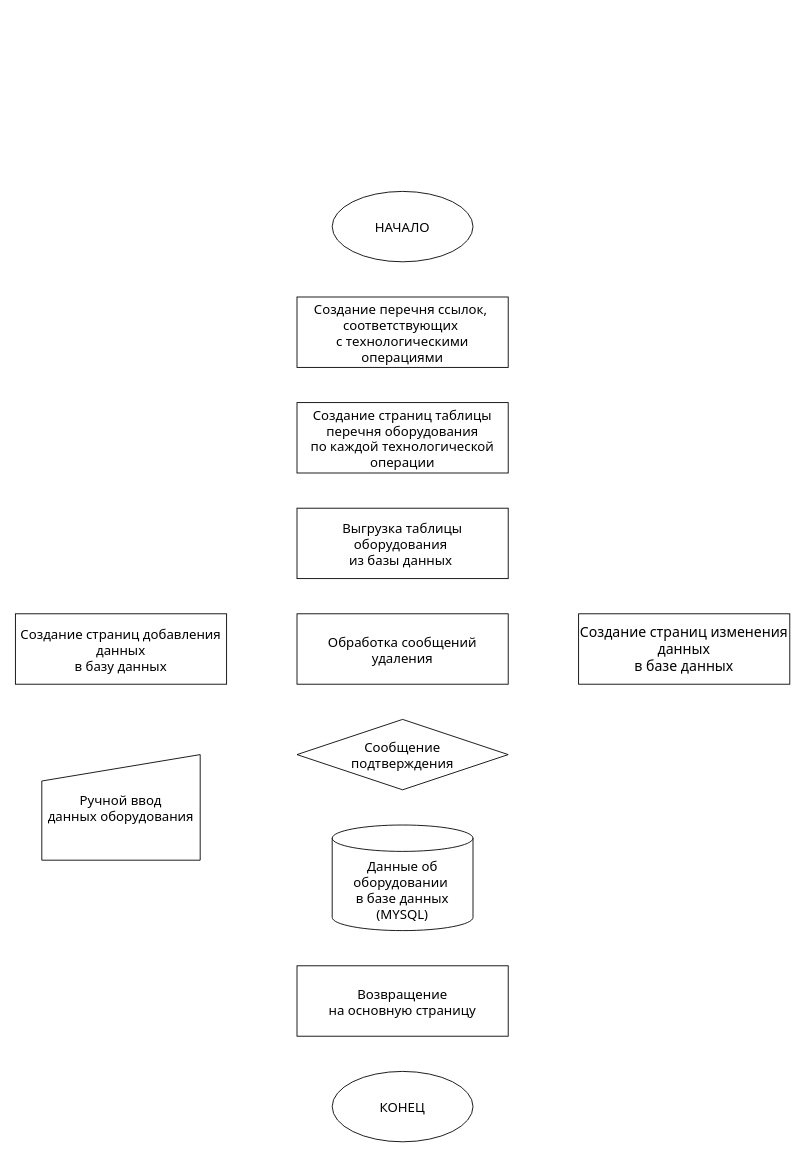
The draw.io diagram Untitled 6.drawio in khanhbg339/Myproject, before the edit. Source tidied: cells renumbered, new cells numbered last; positions are measured from the earlier drawing's top-left corner, leaving out a move shared by most shapes. Both pictures are drawn from the tidied source at 88%, with x=0, y=0 at pixel (15, 191).
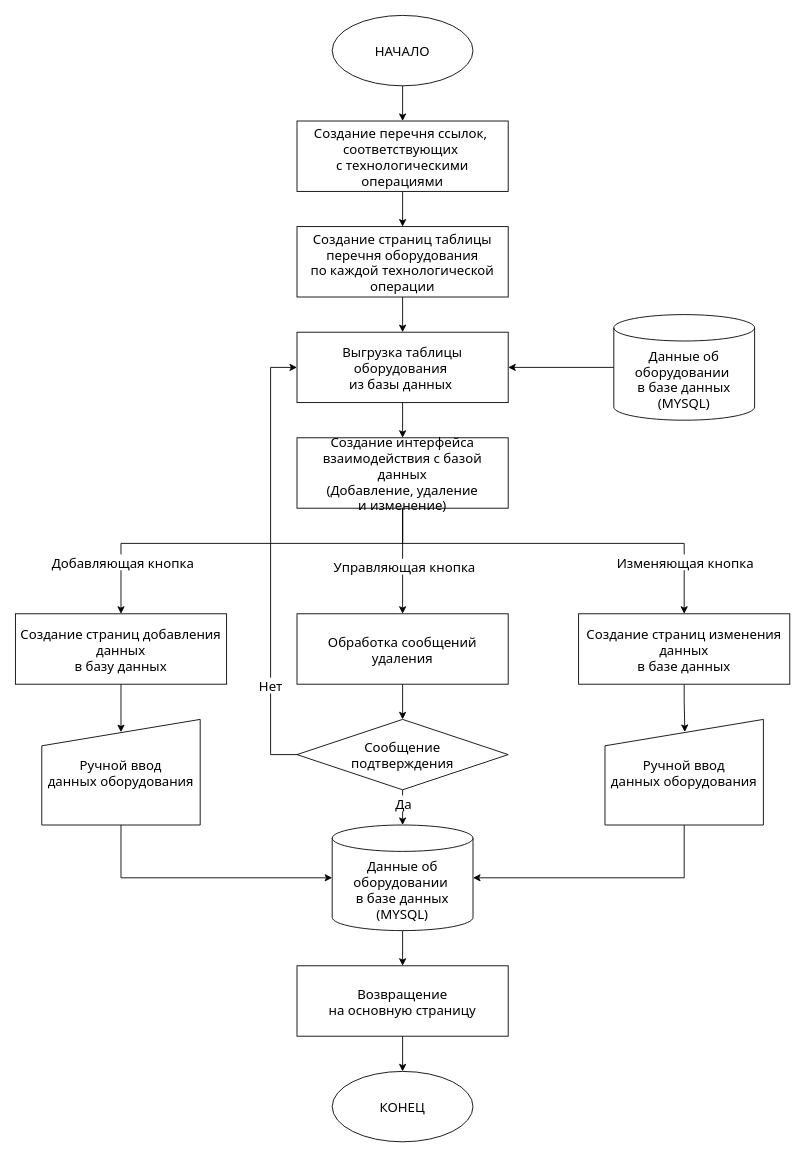
The same diagram, later.

The change refers to these unchanged cells:
```xml
<mxCell id="6" value="Обработка сообщений удаления" style="rounded=0;whiteSpace=wrap;html=1;fontSize=15;fontFamily=Tahoma;" parent="1" vertex="1">
  <mxGeometry x="320" y="480" width="240" height="80" as="geometry" />
</mxCell>
<mxCell id="7" value="Создание страниц добавления данных&lt;br style=&quot;font-size: 15px;&quot;&gt;в базу данных" style="rounded=0;whiteSpace=wrap;html=1;fontSize=15;fontFamily=Tahoma;" parent="1" vertex="1">
  <mxGeometry y="480" width="240" height="80" as="geometry" />
</mxCell>
<mxCell id="9" value="Сообщение&lt;br style=&quot;font-size: 15px;&quot;&gt;подтверждения" style="rhombus;whiteSpace=wrap;html=1;fontSize=15;fontFamily=Tahoma;" parent="1" vertex="1">
  <mxGeometry x="320" y="600" width="240" height="80" as="geometry" />
</mxCell>
<mxCell id="10" value="Данные об оборудовании&amp;nbsp;&lt;br style=&quot;font-size: 15px;&quot;&gt;в базе данных (MYSQL)" style="shape=cylinder3;whiteSpace=wrap;html=1;boundedLbl=1;backgroundOutline=1;size=15;fontSize=15;fontFamily=Tahoma;" parent="1" vertex="1">
  <mxGeometry x="360" y="720" width="160" height="120" as="geometry" />
</mxCell>
<mxCell id="11" value="Возвращение &lt;br style=&quot;font-size: 15px;&quot;&gt;на основную страницу" style="rounded=0;whiteSpace=wrap;html=1;fontSize=15;fontFamily=Tahoma;" parent="1" vertex="1">
  <mxGeometry x="320" y="880" width="240" height="80" as="geometry" />
</mxCell>
<mxCell id="12" value="КОНЕЦ" style="ellipse;whiteSpace=wrap;html=1;fontSize=15;fontFamily=Tahoma;" parent="1" vertex="1">
  <mxGeometry x="360" y="1000" width="160" height="80" as="geometry" />
</mxCell>
```

What changed in the source:
```diff
@@
+    <mxCell id="14" style="edgeStyle=orthogonalEdgeStyle;rounded=0;jettySize=auto;html=1;entryX=0.5;entryY=0;entryDx=0;entryDy=0;fontFamily=Tahoma;fontSize=15;" parent="1" edge="1" source="2" target="3">
+      <mxGeometry relative="1" as="geometry" />
+    </mxCell>
     <mxCell id="2" value="НАЧАЛО" style="ellipse;whiteSpace=wrap;html=1;fontSize=15;fontFamily=Tahoma;" parent="1" vertex="1">
-      <mxGeometry x="360" width="160" height="80" as="geometry" />
+      <mxGeometry x="360" y="-200" width="160" height="80" as="geometry" />
     </mxCell>
+    <mxCell id="15" style="edgeStyle=orthogonalEdgeStyle;rounded=0;jettySize=auto;html=1;entryX=0.5;entryY=0;entryDx=0;entryDy=0;fontFamily=Tahoma;fontSize=15;" parent="1" edge="1" source="3" target="4">
+      <mxGeometry relative="1" as="geometry" />
+    </mxCell>
     <mxCell id="3" value="Создание перечня ссылок,&amp;nbsp;&lt;br style=&quot;font-size: 15px;&quot;&gt;соответствующих&amp;nbsp;&lt;br style=&quot;font-size: 15px;&quot;&gt;с технологическими операциями" style="rounded=0;whiteSpace=wrap;html=1;fontSize=15;fontFamily=Tahoma;" parent="1" vertex="1">
-      <mxGeometry x="320" y="120" width="240" height="80" as="geometry" />
+      <mxGeometry x="320" y="-80" width="240" height="80" as="geometry" />
     </mxCell>
+    <mxCell id="16" style="edgeStyle=orthogonalEdgeStyle;rounded=0;jettySize=auto;html=1;fontFamily=Tahoma;fontSize=15;" parent="1" edge="1" source="4" target="5">
+      <mxGeometry relative="1" as="geometry" />
+    </mxCell>
     <mxCell id="4" value="Создание страниц таблицы перечня оборудования &lt;br style=&quot;font-size: 15px;&quot;&gt;по каждой технологической операции&lt;br style=&quot;font-size: 15px;&quot;&gt;" style="rounded=0;whiteSpace=wrap;html=1;fontSize=15;fontFamily=Tahoma;" parent="1" vertex="1">
-      <mxGeometry x="320" y="240" width="240" height="80" as="geometry" />
+      <mxGeometry x="320" y="40" width="240" height="80" as="geometry" />
     </mxCell>
+    <mxCell id="17" style="edgeStyle=orthogonalEdgeStyle;rounded=0;jettySize=auto;html=1;entryX=0.5;entryY=0;entryDx=0;entryDy=0;fontFamily=Tahoma;fontSize=15;" parent="1" edge="1" source="5" target="38">
+      <mxGeometry relative="1" as="geometry" />
+    </mxCell>
     <mxCell id="5" value="Выгрузка таблицы оборудования&amp;nbsp;&lt;br style=&quot;font-size: 15px;&quot;&gt;из базы данных&amp;nbsp;" style="rounded=0;whiteSpace=wrap;html=1;fontSize=15;fontFamily=Tahoma;" parent="1" vertex="1">
-      <mxGeometry x="320" y="360" width="240" height="80" as="geometry" />
+      <mxGeometry x="320" y="160" width="240" height="80" as="geometry" />
     </mxCell>
+    <mxCell id="18" style="edgeStyle=orthogonalEdgeStyle;rounded=0;jettySize=auto;html=1;entryX=0.5;entryY=0;entryDx=0;entryDy=0;fontFamily=Tahoma;fontSize=15;" parent="1" edge="1" source="6" target="9">
+      <mxGeometry relative="1" as="geometry" />
+    </mxCell>
@@
+    <mxCell id="19" style="edgeStyle=orthogonalEdgeStyle;rounded=0;jettySize=auto;html=1;entryX=0.5;entryY=0.121;entryDx=0;entryDy=0;entryPerimeter=0;fontFamily=Tahoma;fontSize=15;" parent="1" edge="1" source="7" target="13">
+      <mxGeometry relative="1" as="geometry" />
+    </mxCell>
@@
+    <mxCell id="20" style="edgeStyle=orthogonalEdgeStyle;rounded=0;jettySize=auto;html=1;entryX=0.504;entryY=0.119;entryDx=0;entryDy=0;entryPerimeter=0;fontFamily=Tahoma;fontSize=15;" parent="1" edge="1" source="8" target="29">
+      <mxGeometry relative="1" as="geometry" />
+    </mxCell>
-    <mxCell id="8" value="Создание страниц изменения данных&lt;br style=&quot;font-size: 16px;&quot;&gt;в базе данных" style="rounded=0;whiteSpace=wrap;html=1;fontSize=16;fontFamily=Tahoma;" parent="1" vertex="1">
+    <mxCell id="8" value="Создание страниц изменения данных&lt;br style=&quot;font-size: 15px;&quot;&gt;в базе данных" style="rounded=0;whiteSpace=wrap;html=1;fontSize=15;fontFamily=Tahoma;" parent="1" vertex="1">
       <mxGeometry x="640" y="480" width="240" height="80" as="geometry" />
     </mxCell>
+    <mxCell id="21" style="edgeStyle=orthogonalEdgeStyle;rounded=0;jettySize=auto;html=1;entryX=0.5;entryY=0;entryDx=0;entryDy=0;entryPerimeter=0;fontFamily=Tahoma;fontSize=15;" parent="1" edge="1" source="9" target="10">
+      <mxGeometry relative="1" as="geometry" />
+    </mxCell>
+    <mxCell id="22" value="Да" style="edgeLabel;html=1;align=center;verticalAlign=middle;fontFamily=Tahoma;fontSize=15;" parent="21" vertex="1">
+      <mxGeometry x="-0.28" relative="1" as="geometry" />
+    </mxCell>
+    <mxCell id="23" style="edgeStyle=orthogonalEdgeStyle;rounded=0;jettySize=auto;html=1;exitX=0;exitY=0.5;exitDx=0;exitDy=0;entryX=0;entryY=0.5;entryDx=0;entryDy=0;fontFamily=Tahoma;fontSize=15;" parent="1" edge="1" source="9" target="5">
+      <mxGeometry relative="1" as="geometry">
+        <Array as="points">
+          <mxPoint x="290" y="640" />
+          <mxPoint x="290" y="200" />
+        </Array>
+      </mxGeometry>
+    </mxCell>
+    <mxCell id="24" value="Нет" style="edgeLabel;html=1;align=center;verticalAlign=middle;fontFamily=Tahoma;fontSize=15;" parent="23" vertex="1">
+      <mxGeometry x="-0.56" y="1" relative="1" as="geometry" />
+    </mxCell>
@@
+    <mxCell id="25" style="edgeStyle=orthogonalEdgeStyle;rounded=0;jettySize=auto;html=1;entryX=0.5;entryY=0;entryDx=0;entryDy=0;fontFamily=Tahoma;fontSize=15;" parent="1" edge="1" source="10" target="11">
+      <mxGeometry relative="1" as="geometry" />
+    </mxCell>
@@
+    <mxCell id="26" style="edgeStyle=orthogonalEdgeStyle;rounded=0;jettySize=auto;html=1;entryX=0.5;entryY=0;entryDx=0;entryDy=0;fontFamily=Tahoma;fontSize=15;" parent="1" edge="1" source="11" target="12">
+      <mxGeometry relative="1" as="geometry" />
+    </mxCell>
@@
+    <mxCell id="27" style="edgeStyle=orthogonalEdgeStyle;rounded=0;jettySize=auto;html=1;entryX=0;entryY=0.5;entryDx=0;entryDy=0;entryPerimeter=0;fontFamily=Tahoma;fontSize=15;" parent="1" edge="1" source="13" target="10">
+      <mxGeometry relative="1" as="geometry">
+        <Array as="points">
+          <mxPoint x="120" y="780" />
+        </Array>
+      </mxGeometry>
+    </mxCell>
     <mxCell id="13" value="Ручной ввод&lt;br style=&quot;font-size: 15px;&quot;&gt;данных оборудования" style="shape=manualInput;whiteSpace=wrap;html=1;fontFamily=Tahoma;fontSize=15;" parent="1" vertex="1">
-      <mxGeometry x="30" y="640" width="180" height="120" as="geometry" />
+      <mxGeometry x="30" y="600" width="180" height="120" as="geometry" />
     </mxCell>
+    <mxCell id="28" style="edgeStyle=orthogonalEdgeStyle;rounded=0;jettySize=auto;html=1;entryX=1;entryY=0.5;entryDx=0;entryDy=0;entryPerimeter=0;fontFamily=Tahoma;fontSize=15;" parent="1" edge="1" source="29" target="10">
+      <mxGeometry relative="1" as="geometry">
+        <Array as="points">
+          <mxPoint x="760" y="780" />
+        </Array>
+      </mxGeometry>
+    </mxCell>
+    <mxCell id="29" value="Ручной ввод&lt;br style=&quot;font-size: 15px;&quot;&gt;данных оборудования" style="shape=manualInput;whiteSpace=wrap;html=1;fontFamily=Tahoma;fontSize=15;" parent="1" vertex="1">
+      <mxGeometry x="670" y="600" width="180" height="120" as="geometry" />
+    </mxCell>
+    <mxCell id="30" style="edgeStyle=orthogonalEdgeStyle;rounded=0;jettySize=auto;html=1;exitX=0;exitY=0.5;exitDx=0;exitDy=0;exitPerimeter=0;entryX=1;entryY=0.5;entryDx=0;entryDy=0;fontFamily=Tahoma;fontSize=15;" parent="1" edge="1" source="31" target="5">
+      <mxGeometry relative="1" as="geometry" />
+    </mxCell>
+    <mxCell id="31" value="Данные об оборудовании&amp;nbsp;&lt;br style=&quot;font-size: 15px;&quot;&gt;в базе данных (MYSQL)" style="shape=cylinder3;whiteSpace=wrap;html=1;boundedLbl=1;backgroundOutline=1;size=15;fontSize=15;fontFamily=Tahoma;" parent="1" vertex="1">
+      <mxGeometry x="680" y="140" width="160" height="120" as="geometry" />
+    </mxCell>
+    <mxCell id="32" style="edgeStyle=orthogonalEdgeStyle;rounded=0;jettySize=auto;html=1;entryX=0.5;entryY=0;entryDx=0;entryDy=0;fontFamily=Tahoma;fontSize=15;" parent="1" edge="1" source="38" target="6">
+      <mxGeometry relative="1" as="geometry" />
+    </mxCell>
+    <mxCell id="33" value="Управляющая кнопка" style="edgeLabel;html=1;align=center;verticalAlign=middle;fontFamily=Tahoma;fontSize=15;" parent="32" vertex="1">
+      <mxGeometry x="0.08" y="1" relative="1" as="geometry" />
+    </mxCell>
+    <mxCell id="34" style="edgeStyle=orthogonalEdgeStyle;rounded=0;jettySize=auto;html=1;entryX=0.5;entryY=0;entryDx=0;entryDy=0;fontFamily=Tahoma;fontSize=15;" parent="1" edge="1" source="38" target="7">
+      <mxGeometry relative="1" as="geometry">
+        <Array as="points">
+          <mxPoint x="440" y="400" />
+          <mxPoint x="120" y="400" />
+        </Array>
+      </mxGeometry>
+    </mxCell>
+    <mxCell id="35" value="Добавляющая кнопка" style="edgeLabel;html=1;align=center;verticalAlign=middle;fontFamily=Tahoma;fontSize=15;" parent="34" vertex="1">
+      <mxGeometry x="0.44" y="1" relative="1" as="geometry">
+        <mxPoint x="-42" y="19" as="offset" />
+      </mxGeometry>
+    </mxCell>
+    <mxCell id="36" style="edgeStyle=orthogonalEdgeStyle;rounded=0;jettySize=auto;html=1;entryX=0.5;entryY=0;entryDx=0;entryDy=0;fontFamily=Tahoma;fontSize=15;" parent="1" edge="1" source="38" target="8">
+      <mxGeometry relative="1" as="geometry">
+        <Array as="points">
+          <mxPoint x="440" y="400" />
+          <mxPoint x="760" y="400" />
+        </Array>
+      </mxGeometry>
+    </mxCell>
+    <mxCell id="37" value="Изменяющая кнопка" style="edgeLabel;html=1;align=center;verticalAlign=middle;fontFamily=Tahoma;fontSize=15;" parent="36" vertex="1">
+      <mxGeometry x="0.2" y="2" relative="1" as="geometry">
+        <mxPoint x="96" y="22" as="offset" />
+      </mxGeometry>
+    </mxCell>
+    <mxCell id="38" value="Создание интерфейса взаимодействия с базой данных&lt;br style=&quot;font-size: 15px;&quot;&gt;(Добавление, удаление &lt;br style=&quot;font-size: 15px;&quot;&gt;и изменение)" style="rounded=0;whiteSpace=wrap;html=1;fontSize=15;fontFamily=Tahoma;" parent="1" vertex="1">
+      <mxGeometry x="320" y="280" width="240" height="80" as="geometry" />
+    </mxCell>
```
